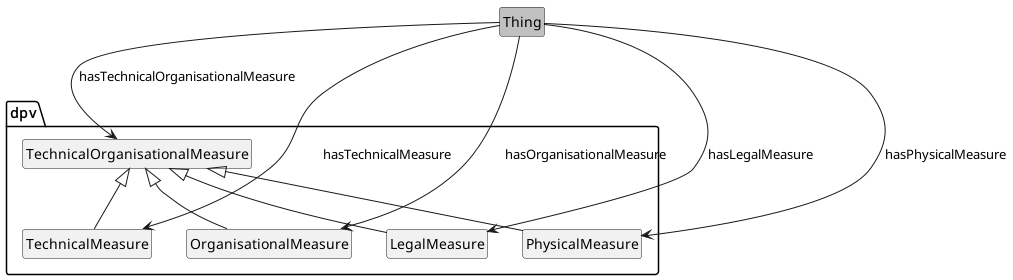
Earlier version of the PlantUML export media/overview_TechnicalOrganisationalMeasure.png (jeswr/dpv).
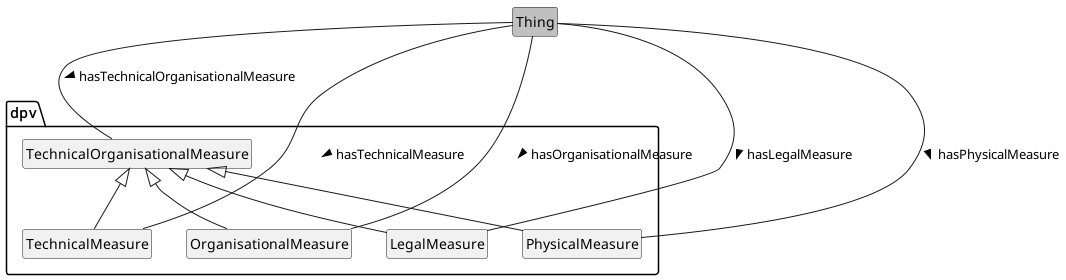
After the commit.

Diff of the diagram source:
```diff
@@ -16,11 +16,11 @@
 TechnicalOrganisationalMeasure <|-- LegalMeasure
 TechnicalOrganisationalMeasure <|-- PhysicalMeasure
 
-Thing --> TechnicalOrganisationalMeasure : hasTechnicalOrganisationalMeasure
-Thing --> OrganisationalMeasure : hasOrganisationalMeasure
-Thing --> TechnicalMeasure : hasTechnicalMeasure
-Thing --> LegalMeasure : hasLegalMeasure
-Thing --> PhysicalMeasure : hasPhysicalMeasure
+Thing -- TechnicalOrganisationalMeasure : hasTechnicalOrganisationalMeasure >
+Thing -- OrganisationalMeasure : hasOrganisationalMeasure >
+Thing -- TechnicalMeasure : hasTechnicalMeasure >
+Thing -- LegalMeasure : hasLegalMeasure >
+Thing -- PhysicalMeasure : hasPhysicalMeasure >
 
 
 @enduml
```
